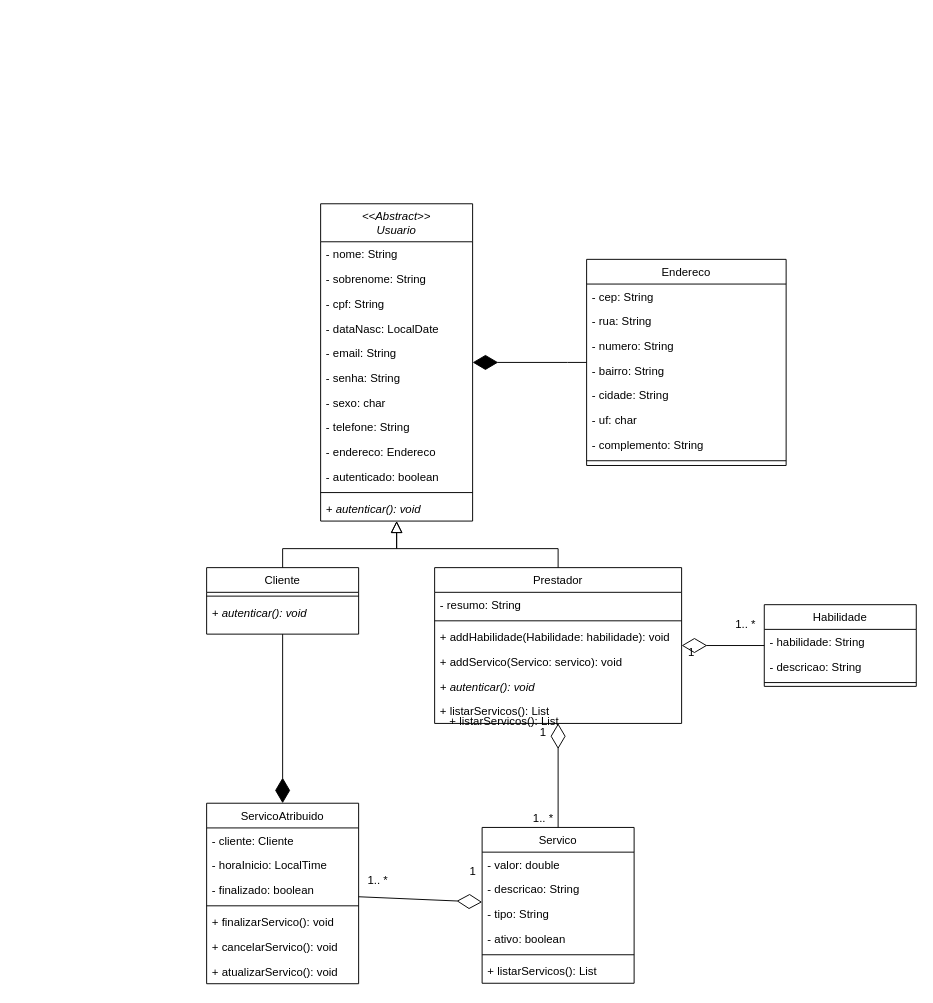
Earlier version of the draw.io diagram docs/class diagram iara.drawio (j9remy/Iara-grupo-5). Source tidied: cells renumbered, new cells numbered last; positions are measured from the earlier drawing's top-left corner, leaving out a move shared by most shapes. Both pictures are drawn from the tidied source at 95%, with x=0, y=0 at pixel (206, 203).
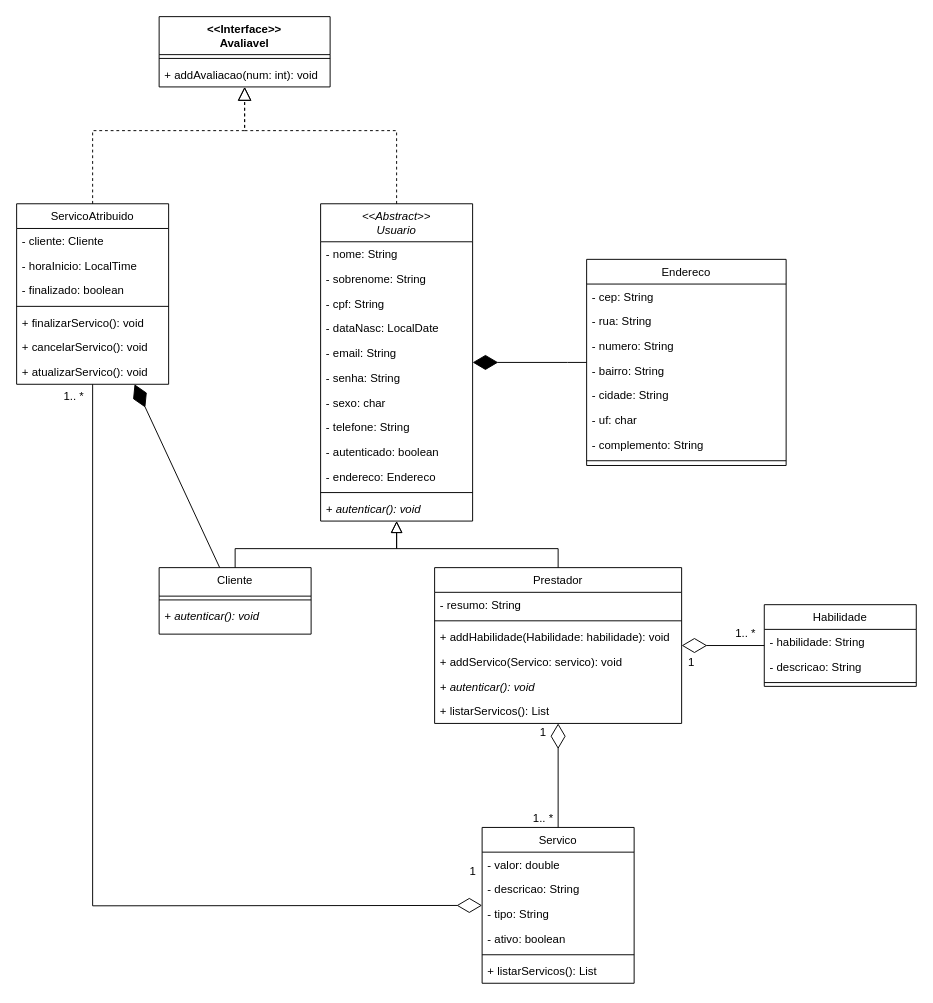
The same page after the edit.

Commit message (it also covers changes not shown here):
adição de interface no diagrama de classe

Unchanged cells that the change refers to:
```xml
<mxCell id="2" value="&lt;&lt;Abstract&gt;&gt;&#10;Usuario" style="swimlane;fontStyle=2;align=center;verticalAlign=top;horizontal=1;startSize=40;rounded=0;shadow=0;strokeWidth=1;" parent="1" vertex="1">
  <mxGeometry x="120" width="160" height="334" as="geometry" />
</mxCell>
<mxCell id="42" value="Servico" style="swimlane;fontStyle=0;align=center;verticalAlign=top;horizontal=1;startSize=26;rounded=0;shadow=0;strokeWidth=1;" parent="1" vertex="1">
  <mxGeometry x="290" y="656.5" width="160" height="164" as="geometry" />
</mxCell>
```

What changed in the source:
```diff
@@
+    <mxCell id="12" value="- autenticado: boolean" style="text;align=left;verticalAlign=top;spacingLeft=4;spacingRight=4;overflow=hidden;rounded=0;shadow=0;html=0;" parent="2" vertex="1">
+      <mxGeometry y="248" width="160" height="26" as="geometry" />
+    </mxCell>
     <mxCell id="11" value="- endereco: Endereco" style="text;align=left;verticalAlign=top;spacingLeft=4;spacingRight=4;overflow=hidden;rounded=0;shadow=0;html=0;" parent="2" vertex="1">
-      <mxGeometry y="248" width="160" height="26" as="geometry" />
+      <mxGeometry y="274" width="160" height="26" as="geometry" />
     </mxCell>
-    <mxCell id="12" value="- autenticado: boolean" style="text;align=left;verticalAlign=top;spacingLeft=4;spacingRight=4;overflow=hidden;rounded=0;shadow=0;html=0;" parent="2" vertex="1">
-      <mxGeometry y="274" width="160" height="26" as="geometry" />
-    </mxCell>
@@
-    <mxCell id="15" value="Cliente" style="swimlane;fontStyle=0;align=center;verticalAlign=top;horizontal=1;startSize=26;rounded=0;shadow=0;strokeWidth=1;" parent="1" vertex="1">
-      <mxGeometry y="383" width="160" height="70" as="geometry" />
+    <mxCell id="15" value="Cliente" style="swimlane;fontStyle=0;align=center;verticalAlign=top;horizontal=1;startSize=30;rounded=0;shadow=0;strokeWidth=1;" parent="1" vertex="1">
+      <mxGeometry x="-50" y="383" width="160" height="70" as="geometry" />
     </mxCell>
     <mxCell id="16" style="line;html=1;strokeWidth=1;align=left;verticalAlign=middle;spacingTop=-1;spacingLeft=3;spacingRight=3;labelPosition=right;" parent="15" vertex="1">
-      <mxGeometry y="26" width="160" height="8" as="geometry" />
+      <mxGeometry y="30" width="160" height="8" as="geometry" />
     </mxCell>
     <mxCell id="17" value="+ autenticar(): void" style="text;align=left;verticalAlign=top;spacingLeft=4;spacingRight=4;overflow=hidden;rounded=0;shadow=0;html=0;fontStyle=2;" parent="15" vertex="1">
-      <mxGeometry y="34" width="160" height="26" as="geometry" />
+      <mxGeometry y="38" width="160" height="26" as="geometry" />
     </mxCell>
@@
-    <mxCell id="50" style="endArrow=diamondThin;endFill=1;endSize=24;html=1;rounded=0;" parent="1" edge="1" source="15" target="55">
-      <mxGeometry relative="1" as="geometry" />
-    </mxCell>
@@
     <mxCell id="53" value="1.. *" style="text;html=1;align=center;verticalAlign=middle;strokeColor=none;fillColor=none;" parent="1" vertex="1">
-      <mxGeometry x="547" y="433" width="40" height="20" as="geometry" />
+      <mxGeometry x="547" y="443" width="40" height="20" as="geometry" />
     </mxCell>
     <mxCell id="54" value="1" style="text;html=1;align=center;verticalAlign=middle;strokeColor=none;fillColor=none;" parent="1" vertex="1">
-      <mxGeometry x="500" y="463" width="20" height="20" as="geometry" />
+      <mxGeometry x="500" y="473" width="20" height="20" as="geometry" />
     </mxCell>
     <mxCell id="55" value="ServicoAtribuido" style="swimlane;fontStyle=0;align=center;verticalAlign=top;horizontal=1;startSize=26;rounded=0;shadow=0;strokeWidth=1;" parent="1" vertex="1">
-      <mxGeometry y="631" width="160" height="190" as="geometry" />
+      <mxGeometry x="-200" width="160" height="190" as="geometry" />
     </mxCell>
@@
     <mxCell id="63" style="endArrow=diamondThin;endFill=0;endSize=24;html=1;rounded=0;" parent="1" edge="1" source="55" target="42">
-      <mxGeometry relative="1" as="geometry" />
+      <mxGeometry relative="1" as="geometry">
+        <Array as="points">
+          <mxPoint x="-120" y="739" />
+        </Array>
+      </mxGeometry>
     </mxCell>
@@
     <mxCell id="65" value="1.. *" style="text;html=1;align=center;verticalAlign=middle;strokeColor=none;fillColor=none;" parent="1" vertex="1">
-      <mxGeometry x="160" y="703" width="40" height="20" as="geometry" />
+      <mxGeometry x="-160" y="193" width="40" height="20" as="geometry" />
     </mxCell>
-    <mxCell id="66" value="+ listarServicos(): List" style="text;align=left;verticalAlign=top;spacingLeft=4;spacingRight=4;overflow=hidden;fontStyle=0;" parent="1" vertex="1">
-      <mxGeometry x="250" y="531" width="260" height="26" as="geometry" />
-    </mxCell>
+    <mxCell id="67" value="&lt;&lt;Interface&gt;&gt;&#10;Avaliavel" style="swimlane;fontStyle=1;align=center;verticalAlign=top;horizontal=1;startSize=40;" parent="1" vertex="1">
+      <mxGeometry x="-50" y="-197" width="180" height="74" as="geometry" />
+    </mxCell>
+    <mxCell id="68" style="line;strokeWidth=1;fillColor=none;align=left;verticalAlign=middle;spacingTop=-1;spacingLeft=3;spacingRight=3;labelPosition=right;" parent="67" vertex="1">
+      <mxGeometry y="40" width="180" height="8" as="geometry" />
+    </mxCell>
+    <mxCell id="69" value="+ addAvaliacao(num: int): void" style="text;strokeColor=none;fillColor=none;align=left;verticalAlign=top;spacingLeft=4;spacingRight=4;overflow=hidden;" parent="67" vertex="1">
+      <mxGeometry y="48" width="180" height="26" as="geometry" />
+    </mxCell>
+    <mxCell id="70" style="endArrow=block;dashed=1;endFill=0;endSize=12;html=1;rounded=0;" parent="1" edge="1" source="55" target="67">
+      <mxGeometry relative="1" as="geometry">
+        <Array as="points">
+          <mxPoint x="-120" y="-77" />
+          <mxPoint x="40" y="-77" />
+        </Array>
+      </mxGeometry>
+    </mxCell>
+    <mxCell id="71" style="endArrow=block;dashed=1;endFill=0;endSize=12;html=1;rounded=0;" parent="1" edge="1" source="2" target="67">
+      <mxGeometry relative="1" as="geometry">
+        <Array as="points">
+          <mxPoint x="200" y="-77" />
+          <mxPoint x="40" y="-77" />
+        </Array>
+      </mxGeometry>
+    </mxCell>
+    <mxCell id="50" style="endArrow=diamondThin;endFill=1;endSize=24;html=1;rounded=0;" parent="1" edge="1" source="15" target="55">
+      <mxGeometry relative="1" as="geometry" />
+    </mxCell>
```
